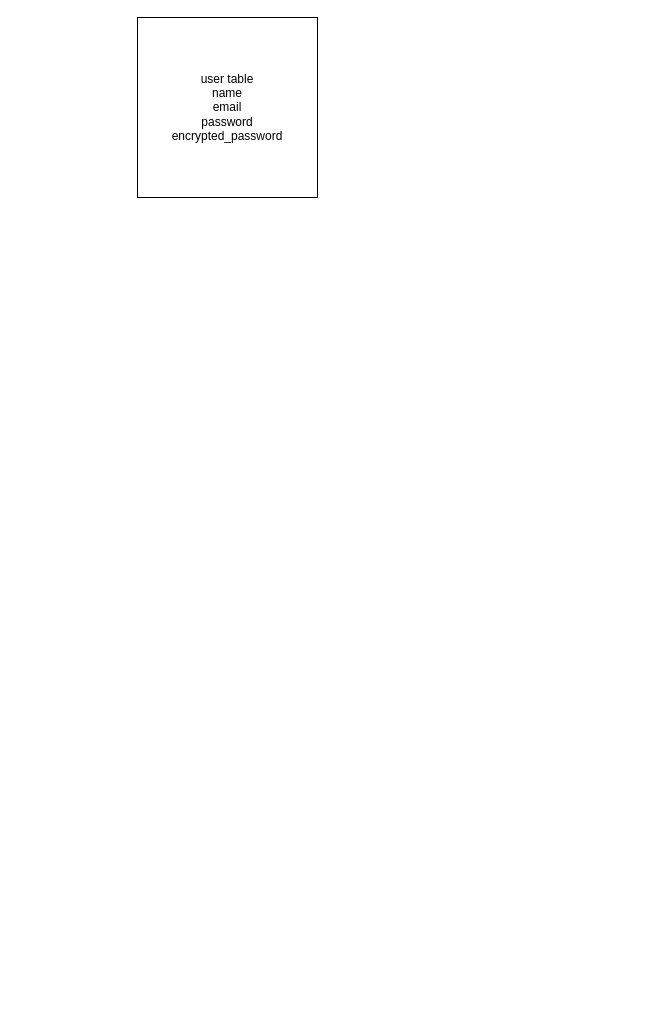
The draw.io diagram ouchi.dio in marixtusimo/ouchi-app, before the edit. Source tidied: cells renumbered, new cells numbered last; positions are measured from the earlier drawing's top-left corner, leaving out a move shared by most shapes. Both pictures are drawn from the tidied source at 100%, with x=0, y=0 at pixel (137, 17).
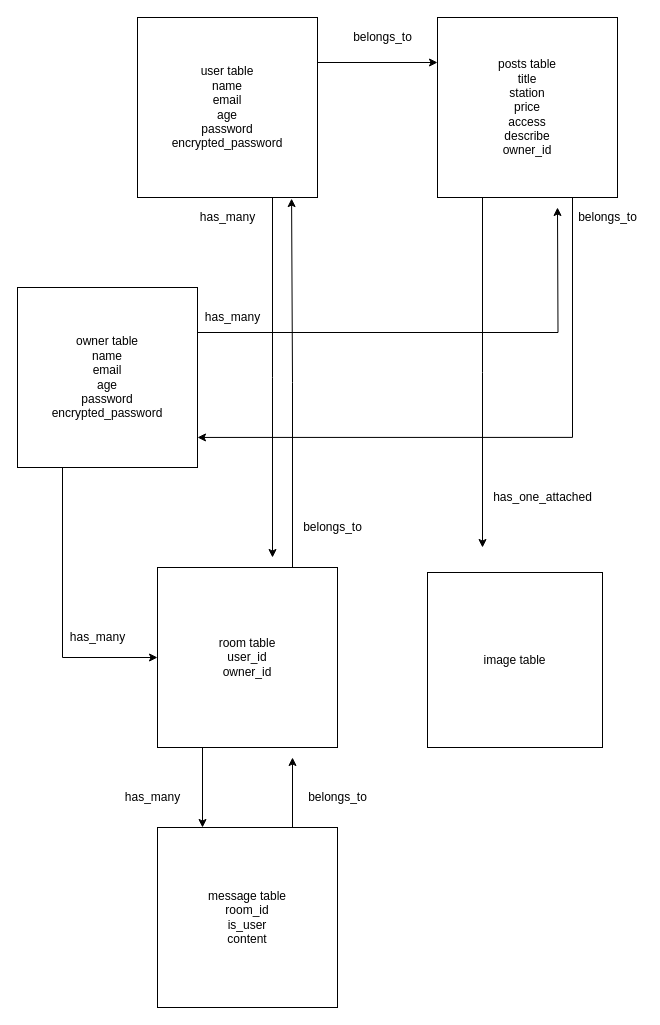
After the change.

Change to the diagram source:
```diff
@@
+    <mxCell id="3" style="edgeStyle=orthogonalEdgeStyle;rounded=0;jettySize=auto;html=1;exitX=1;exitY=0.25;exitDx=0;exitDy=0;entryX=0;entryY=0.25;entryDx=0;entryDy=0;" parent="1" edge="1" source="2" target="7">
+      <mxGeometry relative="1" as="geometry" />
+    </mxCell>
+    <mxCell id="4" style="edgeStyle=orthogonalEdgeStyle;rounded=0;jettySize=auto;html=1;exitX=0.75;exitY=1;exitDx=0;exitDy=0;" parent="1" edge="1" source="2">
+      <mxGeometry relative="1" as="geometry">
+        <mxPoint x="135" y="540" as="targetPoint" />
+      </mxGeometry>
+    </mxCell>
-    <mxCell id="2" value="user table&lt;br&gt;name&lt;br&gt;email&lt;br&gt;password&lt;br&gt;encrypted_password" style="whiteSpace=wrap;html=1;" parent="1" vertex="1">
+    <mxCell id="2" value="user table&lt;br&gt;name&lt;br&gt;email&lt;br&gt;age&lt;br&gt;password&lt;br&gt;encrypted_password" style="whiteSpace=wrap;html=1;" parent="1" vertex="1">
       <mxGeometry width="180" height="180" as="geometry" />
     </mxCell>
+    <mxCell id="5" style="edgeStyle=orthogonalEdgeStyle;rounded=0;jettySize=auto;html=1;exitX=0.25;exitY=1;exitDx=0;exitDy=0;" parent="1" edge="1" source="7">
+      <mxGeometry relative="1" as="geometry">
+        <mxPoint x="345" y="530" as="targetPoint" />
+      </mxGeometry>
+    </mxCell>
+    <mxCell id="6" style="edgeStyle=orthogonalEdgeStyle;rounded=0;jettySize=auto;html=1;exitX=0.75;exitY=1;exitDx=0;exitDy=0;entryX=1;entryY=0.833;entryDx=0;entryDy=0;entryPerimeter=0;" parent="1" edge="1" source="7" target="10">
+      <mxGeometry relative="1" as="geometry" />
+    </mxCell>
+    <mxCell id="7" value="posts table&lt;br&gt;title&lt;br&gt;station&lt;br&gt;price&lt;br&gt;access&lt;br&gt;describe&lt;br&gt;owner_id" style="whiteSpace=wrap;html=1;" parent="1" vertex="1">
+      <mxGeometry x="300" width="180" height="180" as="geometry" />
+    </mxCell>
+    <mxCell id="8" style="edgeStyle=orthogonalEdgeStyle;rounded=0;jettySize=auto;html=1;exitX=1;exitY=0.25;exitDx=0;exitDy=0;" parent="1" edge="1" source="10">
+      <mxGeometry relative="1" as="geometry">
+        <mxPoint x="420" y="190" as="targetPoint" />
+      </mxGeometry>
+    </mxCell>
+    <mxCell id="9" style="edgeStyle=orthogonalEdgeStyle;rounded=0;jettySize=auto;html=1;exitX=0.25;exitY=1;exitDx=0;exitDy=0;entryX=0;entryY=0.5;entryDx=0;entryDy=0;" parent="1" edge="1" source="10" target="13">
+      <mxGeometry relative="1" as="geometry" />
+    </mxCell>
+    <mxCell id="10" value="owner table&lt;br&gt;name&lt;br&gt;email&lt;br&gt;age&lt;br&gt;password&lt;br&gt;encrypted_password" style="whiteSpace=wrap;html=1;" parent="1" vertex="1">
+      <mxGeometry x="-120" y="270" width="180" height="180" as="geometry" />
+    </mxCell>
+    <mxCell id="11" style="edgeStyle=orthogonalEdgeStyle;rounded=0;jettySize=auto;html=1;exitX=0.25;exitY=1;exitDx=0;exitDy=0;entryX=0.25;entryY=0;entryDx=0;entryDy=0;" parent="1" edge="1" source="13" target="15">
+      <mxGeometry relative="1" as="geometry" />
+    </mxCell>
+    <mxCell id="12" style="edgeStyle=orthogonalEdgeStyle;rounded=0;jettySize=auto;html=1;exitX=0.75;exitY=0;exitDx=0;exitDy=0;entryX=0.856;entryY=1.006;entryDx=0;entryDy=0;entryPerimeter=0;" parent="1" edge="1" source="13" target="2">
+      <mxGeometry relative="1" as="geometry" />
+    </mxCell>
+    <mxCell id="13" value="room table&lt;br&gt;user_id&lt;br&gt;owner_id" style="whiteSpace=wrap;html=1;" parent="1" vertex="1">
+      <mxGeometry x="20" y="550" width="180" height="180" as="geometry" />
+    </mxCell>
+    <mxCell id="14" style="edgeStyle=orthogonalEdgeStyle;rounded=0;jettySize=auto;html=1;exitX=0.75;exitY=0;exitDx=0;exitDy=0;" parent="1" edge="1" source="15">
+      <mxGeometry relative="1" as="geometry">
+        <mxPoint x="155" y="740" as="targetPoint" />
+      </mxGeometry>
+    </mxCell>
+    <mxCell id="15" value="message table&lt;br&gt;room_id&lt;br&gt;is_user&lt;br&gt;content" style="whiteSpace=wrap;html=1;" parent="1" vertex="1">
+      <mxGeometry x="20" y="810" width="180" height="180" as="geometry" />
+    </mxCell>
+    <mxCell id="16" value="belongs_to" style="text;html=1;align=center;verticalAlign=middle;" parent="1" vertex="1">
+      <mxGeometry x="210" y="10" width="70" height="20" as="geometry" />
+    </mxCell>
+    <mxCell id="17" value="image table" style="whiteSpace=wrap;html=1;" parent="1" vertex="1">
+      <mxGeometry x="290" y="555" width="175" height="175" as="geometry" />
+    </mxCell>
+    <mxCell id="18" value="has_one_attached&lt;br&gt;" style="text;html=1;align=center;verticalAlign=middle;" parent="1" vertex="1">
+      <mxGeometry x="350" y="470" width="110" height="20" as="geometry" />
+    </mxCell>
+    <mxCell id="19" value="has_many" style="text;html=1;align=center;verticalAlign=middle;" parent="1" vertex="1">
+      <mxGeometry x="55" y="190" width="70" height="20" as="geometry" />
+    </mxCell>
+    <mxCell id="20" value="has_many&lt;br&gt;" style="text;html=1;align=center;verticalAlign=middle;" parent="1" vertex="1">
+      <mxGeometry x="60" y="290" width="70" height="20" as="geometry" />
+    </mxCell>
+    <mxCell id="21" value="has_many&lt;br&gt;" style="text;html=1;align=center;verticalAlign=middle;" parent="1" vertex="1">
+      <mxGeometry x="-75" y="610" width="70" height="20" as="geometry" />
+    </mxCell>
+    <mxCell id="22" value="belongs_to&lt;br&gt;" style="text;html=1;align=center;verticalAlign=middle;" parent="1" vertex="1">
+      <mxGeometry x="165" y="770" width="70" height="20" as="geometry" />
+    </mxCell>
+    <mxCell id="23" value="has_many" style="text;html=1;align=center;verticalAlign=middle;" parent="1" vertex="1">
+      <mxGeometry x="-20" y="770" width="70" height="20" as="geometry" />
+    </mxCell>
+    <mxCell id="24" value="belongs_to&lt;br&gt;" style="text;html=1;align=center;verticalAlign=middle;" parent="1" vertex="1">
+      <mxGeometry x="160" y="500" width="70" height="20" as="geometry" />
+    </mxCell>
+    <mxCell id="25" value="belongs_to" style="text;html=1;align=center;verticalAlign=middle;" parent="1" vertex="1">
+      <mxGeometry x="435" y="190" width="70" height="20" as="geometry" />
+    </mxCell>
```
